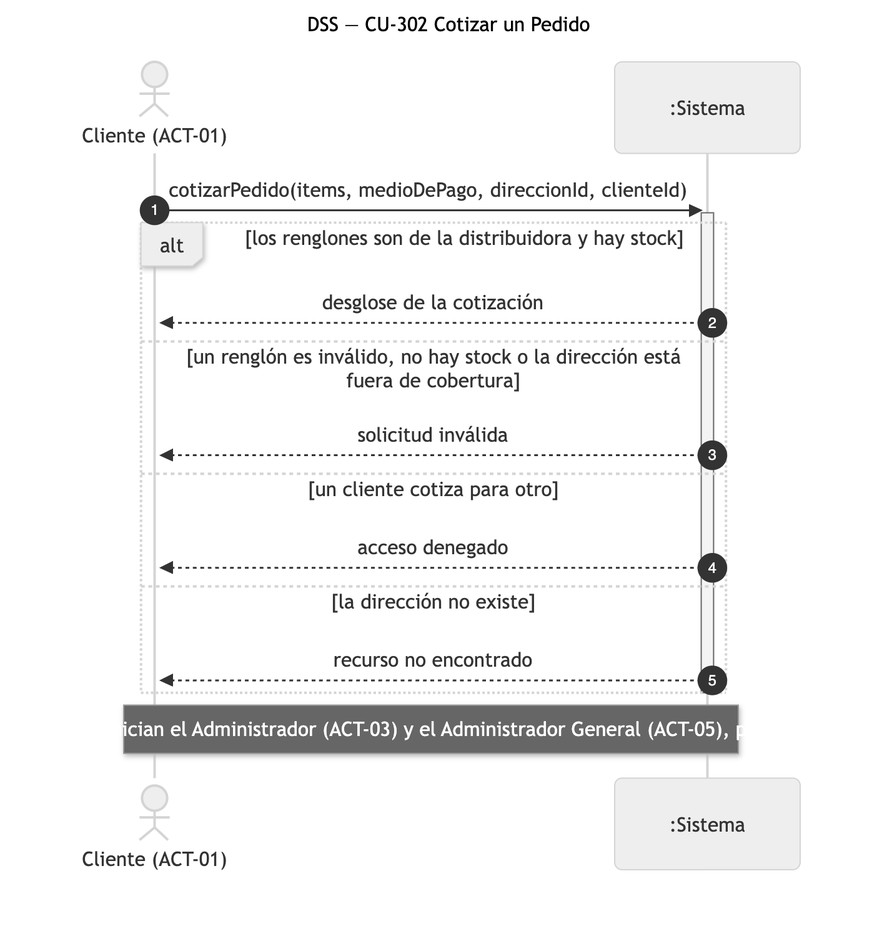
The Mermaid diagram diagramas/png/DSS_CU-302_Cotizar-un-Pedido.png in Nahuelito-Dev/splg-docs, before a commit. Its source is kept beside it as diagramas/DSS_CU-302_Cotizar-un-Pedido.mmd. The source it was exported from:
```mermaid
sequenceDiagram
    title DSS — CU-302 Cotizar un Pedido
    autonumber
    actor CLI as Cliente (ACT-01)
    participant SIS as :Sistema

    CLI->>SIS: cotizarPedido(items, medioDePago, direccionId, clienteId)
    activate SIS
    alt los renglones son de la distribuidora y hay stock
        SIS-->>CLI: desglose de la cotización
    else un renglón es inválido, no hay stock o la dirección está fuera de cobertura
        SIS-->>CLI: solicitud inválida
    else un cliente cotiza para otro
        SIS-->>CLI: acceso denegado
    else la dirección no existe
        SIS-->>CLI: recurso no encontrado
    end
    deactivate SIS
    Note over CLI,SIS: También lo inician el Administrador (ACT-03) y el Administrador General (ACT-05), por un cliente
```
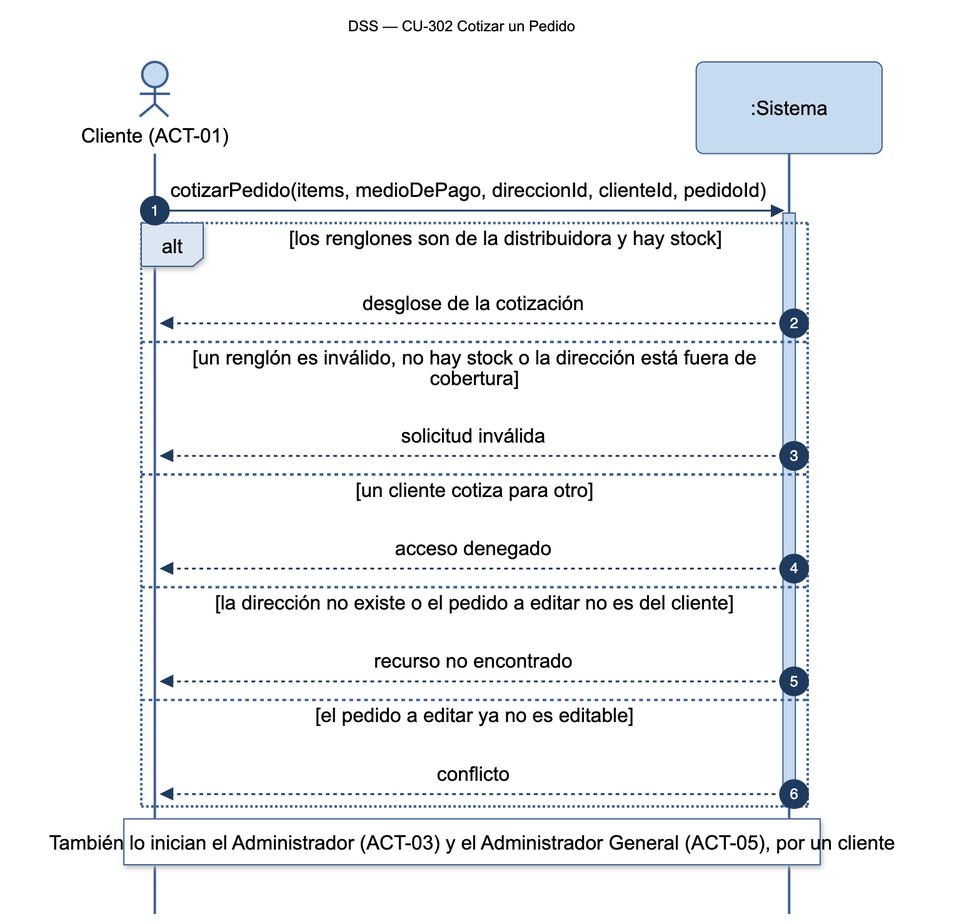
The same file after the commit.

Diff of the diagram source:
```diff
@@ -4,7 +4,7 @@
     actor CLI as Cliente (ACT-01)
     participant SIS as :Sistema
 
-    CLI->>SIS: cotizarPedido(items, medioDePago, direccionId, clienteId)
+    CLI->>SIS: cotizarPedido(items, medioDePago, direccionId, clienteId, pedidoId)
     activate SIS
     alt los renglones son de la distribuidora y hay stock
         SIS-->>CLI: desglose de la cotización
@@ -12,8 +12,10 @@
         SIS-->>CLI: solicitud inválida
     else un cliente cotiza para otro
         SIS-->>CLI: acceso denegado
-    else la dirección no existe
+    else la dirección no existe o el pedido a editar no es del cliente
         SIS-->>CLI: recurso no encontrado
+    else el pedido a editar ya no es editable
+        SIS-->>CLI: conflicto
     end
     deactivate SIS
     Note over CLI,SIS: También lo inician el Administrador (ACT-03) y el Administrador General (ACT-05), por un cliente
```
